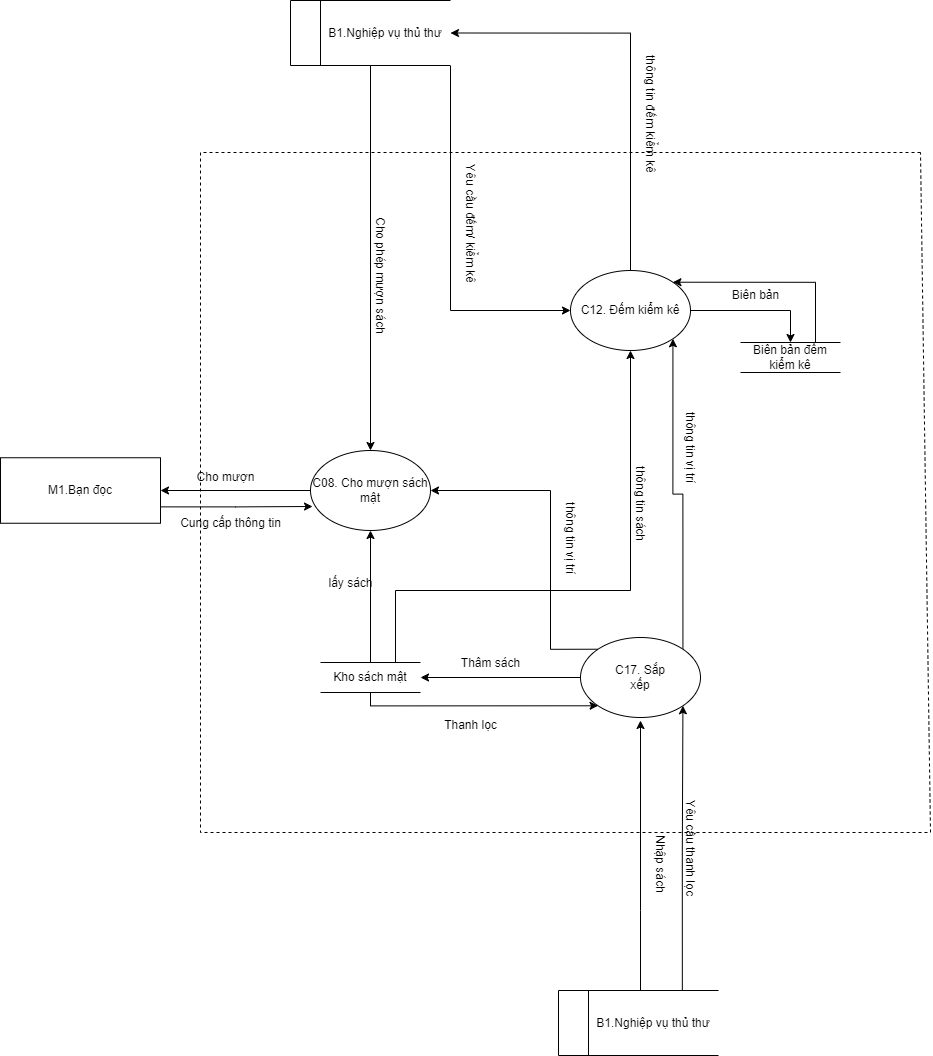
Above: bài tap lớn/DFD-DFD_2_Khomat.drawio.png in vqh17062001/PTTKHT (draw.io), before the change. Source tidied: cells renumbered, new cells last; positions are measured from the earlier drawing's top-left corner, leaving out a move shared by most shapes. Its diagram source:
```xml
<mxGraphModel>
  <root>
    <mxCell id="0" />
    <mxCell id="1" parent="0" />
    <mxCell id="2" style="endArrow=none;dashed=1;html=1;rounded=0;" parent="1" edge="1">
      <mxGeometry relative="1" as="geometry">
        <mxPoint x="920" y="152" as="sourcePoint" />
        <mxPoint x="920" y="152" as="targetPoint" />
        <Array as="points">
          <mxPoint x="200" y="152" />
          <mxPoint x="200" y="832" />
          <mxPoint x="930" y="832" />
        </Array>
      </mxGeometry>
    </mxCell>
    <mxCell id="3" style="edgeStyle=orthogonalEdgeStyle;rounded=0;jettySize=auto;html=1;entryX=1;entryY=0.5;entryDx=0;entryDy=0;" parent="1" edge="1" source="4" target="21">
      <mxGeometry relative="1" as="geometry" />
    </mxCell>
    <mxCell id="4" value="C08. Cho mượn sách mật" style="ellipse;whiteSpace=wrap;html=1;" parent="1" vertex="1">
      <mxGeometry x="310" y="450" width="120" height="80" as="geometry" />
    </mxCell>
    <mxCell id="5" style="edgeStyle=orthogonalEdgeStyle;rounded=0;jettySize=auto;html=1;entryX=1;entryY=0.5;entryDx=0;entryDy=0;" parent="1" edge="1" source="8" target="15">
      <mxGeometry relative="1" as="geometry" />
    </mxCell>
    <mxCell id="6" style="edgeStyle=orthogonalEdgeStyle;rounded=0;jettySize=auto;html=1;exitX=1;exitY=0;exitDx=0;exitDy=0;entryX=1;entryY=1;entryDx=0;entryDy=0;" parent="1" edge="1" source="8" target="11">
      <mxGeometry relative="1" as="geometry" />
    </mxCell>
    <mxCell id="7" style="edgeStyle=orthogonalEdgeStyle;rounded=0;jettySize=auto;html=1;exitX=0;exitY=0;exitDx=0;exitDy=0;entryX=1;entryY=0.5;entryDx=0;entryDy=0;" parent="1" edge="1" source="8" target="4">
      <mxGeometry relative="1" as="geometry">
        <Array as="points">
          <mxPoint x="550" y="649" />
          <mxPoint x="550" y="490" />
        </Array>
      </mxGeometry>
    </mxCell>
    <mxCell id="8" value="C17. Sắp&lt;br&gt;xếp" style="ellipse;whiteSpace=wrap;html=1;" parent="1" vertex="1">
      <mxGeometry x="580" y="637" width="120" height="80" as="geometry" />
    </mxCell>
    <mxCell id="9" style="edgeStyle=orthogonalEdgeStyle;rounded=0;jettySize=auto;html=1;exitX=1;exitY=0.5;exitDx=0;exitDy=0;entryX=0.5;entryY=0;entryDx=0;entryDy=0;" parent="1" edge="1" source="11" target="17">
      <mxGeometry relative="1" as="geometry" />
    </mxCell>
    <mxCell id="10" style="edgeStyle=orthogonalEdgeStyle;rounded=0;jettySize=auto;html=1;entryX=1;entryY=0.5;entryDx=0;entryDy=0;" parent="1" edge="1" source="11" target="20">
      <mxGeometry relative="1" as="geometry">
        <Array as="points">
          <mxPoint x="630" y="33" />
        </Array>
      </mxGeometry>
    </mxCell>
    <mxCell id="11" value="C12. Đếm kiểm kê" style="ellipse;whiteSpace=wrap;html=1;" parent="1" vertex="1">
      <mxGeometry x="570" y="270" width="120" height="80" as="geometry" />
    </mxCell>
    <mxCell id="12" style="edgeStyle=orthogonalEdgeStyle;rounded=0;jettySize=auto;html=1;entryX=0.5;entryY=1;entryDx=0;entryDy=0;" parent="1" edge="1" source="15" target="4">
      <mxGeometry relative="1" as="geometry" />
    </mxCell>
    <mxCell id="13" style="edgeStyle=orthogonalEdgeStyle;rounded=0;jettySize=auto;html=1;exitX=0.75;exitY=0;exitDx=0;exitDy=0;entryX=0.5;entryY=1;entryDx=0;entryDy=0;" parent="1" edge="1" source="15" target="11">
      <mxGeometry relative="1" as="geometry">
        <Array as="points">
          <mxPoint x="395" y="590" />
          <mxPoint x="630" y="590" />
        </Array>
      </mxGeometry>
    </mxCell>
    <mxCell id="14" style="edgeStyle=orthogonalEdgeStyle;rounded=0;jettySize=auto;html=1;entryX=0;entryY=1;entryDx=0;entryDy=0;" parent="1" edge="1" source="15" target="8">
      <mxGeometry relative="1" as="geometry">
        <Array as="points">
          <mxPoint x="370" y="705" />
        </Array>
      </mxGeometry>
    </mxCell>
    <mxCell id="15" value="Kho sách mật" style="html=1;dashed=0;whiteSpace=wrap;shape=partialRectangle;right=0;left=0;" parent="1" vertex="1">
      <mxGeometry x="320" y="662" width="100" height="30" as="geometry" />
    </mxCell>
    <mxCell id="16" style="edgeStyle=orthogonalEdgeStyle;rounded=0;jettySize=auto;html=1;exitX=0.75;exitY=0;exitDx=0;exitDy=0;entryX=1;entryY=0;entryDx=0;entryDy=0;" parent="1" edge="1" source="17" target="11">
      <mxGeometry relative="1" as="geometry" />
    </mxCell>
    <mxCell id="17" value="Biên bản đếm kiểm kê" style="html=1;dashed=0;whiteSpace=wrap;shape=partialRectangle;right=0;left=0;" parent="1" vertex="1">
      <mxGeometry x="740" y="342" width="100" height="30" as="geometry" />
    </mxCell>
    <mxCell id="18" style="edgeStyle=orthogonalEdgeStyle;rounded=0;jettySize=auto;html=1;entryX=0.5;entryY=0;entryDx=0;entryDy=0;" parent="1" edge="1" source="20" target="4">
      <mxGeometry relative="1" as="geometry" />
    </mxCell>
    <mxCell id="19" style="edgeStyle=orthogonalEdgeStyle;rounded=0;jettySize=auto;html=1;exitX=1;exitY=1;exitDx=0;exitDy=0;entryX=0;entryY=0.5;entryDx=0;entryDy=0;" parent="1" edge="1" source="20" target="11">
      <mxGeometry relative="1" as="geometry" />
    </mxCell>
    <mxCell id="20" value="&amp;nbsp; &amp;nbsp; &amp;nbsp; &amp;nbsp; &amp;nbsp;&amp;nbsp;B1.&lt;span style=&quot;text-align: center;&quot;&gt;Nghiệp&amp;nbsp;&lt;/span&gt;&lt;span style=&quot;text-align: center;&quot;&gt;vụ thủ thư&lt;/span&gt;" style="html=1;dashed=0;whiteSpace=wrap;shape=mxgraph.dfd.dataStoreID;align=left;spacingLeft=3;points=[[0,0],[0.5,0],[1,0],[0,0.5],[1,0.5],[0,1],[0.5,1],[1,1]];" parent="1" vertex="1">
      <mxGeometry x="290" width="160" height="65" as="geometry" />
    </mxCell>
    <mxCell id="21" value="M1.Bạn đọc" style="rounded=0;whiteSpace=wrap;html=1;" parent="1" vertex="1">
      <mxGeometry y="457.2" width="160" height="65.5" as="geometry" />
    </mxCell>
    <mxCell id="22" style="edgeStyle=orthogonalEdgeStyle;rounded=0;jettySize=auto;html=1;" parent="1" edge="1" source="24">
      <mxGeometry relative="1" as="geometry">
        <mxPoint x="640" y="720" as="targetPoint" />
        <Array as="points">
          <mxPoint x="640" y="910" />
          <mxPoint x="640" y="910" />
        </Array>
      </mxGeometry>
    </mxCell>
    <mxCell id="23" style="edgeStyle=orthogonalEdgeStyle;rounded=0;jettySize=auto;html=1;exitX=0.774;exitY=0.022;exitDx=0;exitDy=0;entryX=1;entryY=1;entryDx=0;entryDy=0;exitPerimeter=0;" parent="1" edge="1" source="24" target="8">
      <mxGeometry relative="1" as="geometry" />
    </mxCell>
    <mxCell id="24" value="&amp;nbsp; &amp;nbsp; &amp;nbsp; &amp;nbsp; &amp;nbsp;&amp;nbsp;B1.&lt;span style=&quot;text-align: center;&quot;&gt;Nghiệp&amp;nbsp;&lt;/span&gt;&lt;span style=&quot;text-align: center;&quot;&gt;vụ thủ thư&lt;/span&gt;" style="html=1;dashed=0;whiteSpace=wrap;shape=mxgraph.dfd.dataStoreID;align=left;spacingLeft=3;points=[[0,0],[0.5,0],[1,0],[0,0.5],[1,0.5],[0,1],[0.5,1],[1,1]];" parent="1" vertex="1">
      <mxGeometry x="558" y="990" width="160" height="65" as="geometry" />
    </mxCell>
    <mxCell id="25" value="&amp;nbsp;Cho phép mượn sách" style="text;html=1;align=center;verticalAlign=middle;strokeColor=none;fillColor=none;rotation=90;" parent="1" vertex="1">
      <mxGeometry x="310" y="258" width="140" height="30" as="geometry" />
    </mxCell>
    <mxCell id="26" value="Cho mượn" style="text;html=1;align=center;verticalAlign=middle;strokeColor=none;fillColor=none;" parent="1" vertex="1">
      <mxGeometry x="185" y="462" width="80" height="30" as="geometry" />
    </mxCell>
    <mxCell id="27" value="lấy sách" style="text;html=1;align=center;verticalAlign=middle;strokeColor=none;fillColor=none;" parent="1" vertex="1">
      <mxGeometry x="315" y="568" width="70" height="30" as="geometry" />
    </mxCell>
    <mxCell id="28" value="thông tin sách" style="text;html=1;align=center;verticalAlign=middle;strokeColor=none;fillColor=none;rotation=90;" parent="1" vertex="1">
      <mxGeometry x="590" y="488" width="100" height="30" as="geometry" />
    </mxCell>
    <mxCell id="29" value="Yêu cầu đếm/ kiểm kê" style="text;html=1;align=center;verticalAlign=middle;strokeColor=none;fillColor=none;rotation=90;" parent="1" vertex="1">
      <mxGeometry x="400" y="208" width="140" height="30" as="geometry" />
    </mxCell>
    <mxCell id="30" value="Biên bản" style="text;html=1;align=center;verticalAlign=middle;strokeColor=none;fillColor=none;" parent="1" vertex="1">
      <mxGeometry x="720" y="280" width="70" height="30" as="geometry" />
    </mxCell>
    <mxCell id="31" value="Nhập sách" style="text;html=1;align=center;verticalAlign=middle;strokeColor=none;fillColor=none;rotation=90;" parent="1" vertex="1">
      <mxGeometry x="620" y="848" width="80" height="30" as="geometry" />
    </mxCell>
    <mxCell id="32" value="Thâm sách" style="text;html=1;align=center;verticalAlign=middle;strokeColor=none;fillColor=none;" parent="1" vertex="1">
      <mxGeometry x="450" y="648" width="80" height="30" as="geometry" />
    </mxCell>
    <mxCell id="33" value="Thanh lọc" style="text;html=1;align=center;verticalAlign=middle;strokeColor=none;fillColor=none;" parent="1" vertex="1">
      <mxGeometry x="430" y="710" width="80" height="30" as="geometry" />
    </mxCell>
    <mxCell id="34" value="Yêu cầu thanh lọc" style="text;html=1;align=center;verticalAlign=middle;strokeColor=none;fillColor=none;rotation=90;" parent="1" vertex="1">
      <mxGeometry x="630" y="832" width="120" height="30" as="geometry" />
    </mxCell>
    <mxCell id="35" value="thông tin đếm kiểm kê" style="text;html=1;align=center;verticalAlign=middle;strokeColor=none;fillColor=none;rotation=90;" parent="1" vertex="1">
      <mxGeometry x="580" y="98" width="140" height="30" as="geometry" />
    </mxCell>
    <mxCell id="36" style="edgeStyle=orthogonalEdgeStyle;rounded=0;jettySize=auto;html=1;exitX=1;exitY=0.75;exitDx=0;exitDy=0;entryX=0.017;entryY=0.7;entryDx=0;entryDy=0;entryPerimeter=0;" parent="1" edge="1" source="21" target="4">
      <mxGeometry relative="1" as="geometry" />
    </mxCell>
    <mxCell id="37" value="Cung cấp thông tin" style="text;html=1;align=center;verticalAlign=middle;strokeColor=none;fillColor=none;" parent="1" vertex="1">
      <mxGeometry x="170" y="508" width="120" height="30" as="geometry" />
    </mxCell>
    <mxCell id="38" value="thông tin vị trí" style="text;html=1;align=center;verticalAlign=middle;strokeColor=none;fillColor=none;rotation=90;" parent="1" vertex="1">
      <mxGeometry x="640" y="432" width="100" height="30" as="geometry" />
    </mxCell>
    <mxCell id="39" value="thông tin vị trí" style="text;html=1;align=center;verticalAlign=middle;strokeColor=none;fillColor=none;rotation=90;" parent="1" vertex="1">
      <mxGeometry x="520" y="522.8" width="100" height="30" as="geometry" />
    </mxCell>
  </root>
</mxGraphModel>
```
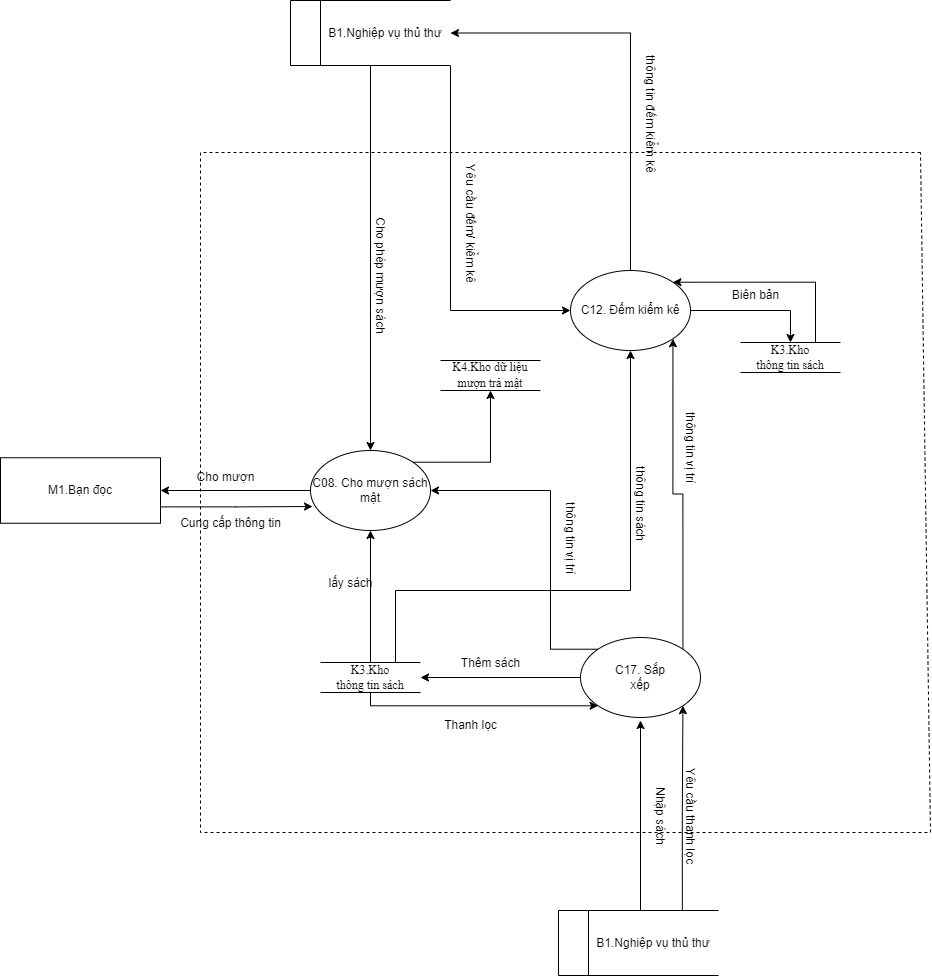
Above is the later version.

Diff of the diagram source:
```diff
@@ -16,6 +16,9 @@
     <mxCell id="3" style="edgeStyle=orthogonalEdgeStyle;rounded=0;jettySize=auto;html=1;entryX=1;entryY=0.5;entryDx=0;entryDy=0;" parent="1" edge="1" source="4" target="21">
       <mxGeometry relative="1" as="geometry" />
     </mxCell>
+    <mxCell id="40" style="edgeStyle=orthogonalEdgeStyle;rounded=0;jettySize=auto;html=1;exitX=1;exitY=0;exitDx=0;exitDy=0;" parent="1" edge="1" source="4" target="41">
+      <mxGeometry relative="1" as="geometry" />
+    </mxCell>
     <mxCell id="4" value="C08. Cho mượn sách mật" style="ellipse;whiteSpace=wrap;html=1;" parent="1" vertex="1">
       <mxGeometry x="310" y="450" width="120" height="80" as="geometry" />
     </mxCell>
@@ -67,13 +70,13 @@
         </Array>
       </mxGeometry>
     </mxCell>
-    <mxCell id="15" value="Kho sách mật" style="html=1;dashed=0;whiteSpace=wrap;shape=partialRectangle;right=0;left=0;" parent="1" vertex="1">
+    <mxCell id="15" value="&lt;span style=&quot;font-family: &amp;quot;Times New Roman&amp;quot;, serif;&quot;&gt;K3.Kho&lt;/span&gt;&lt;br style=&quot;font-family: &amp;quot;Times New Roman&amp;quot;, serif;&quot;&gt;&lt;span style=&quot;font-family: &amp;quot;Times New Roman&amp;quot;, serif;&quot;&gt;thông tin sách&lt;/span&gt;" style="html=1;dashed=0;whiteSpace=wrap;shape=partialRectangle;right=0;left=0;" parent="1" vertex="1">
       <mxGeometry x="320" y="662" width="100" height="30" as="geometry" />
     </mxCell>
     <mxCell id="16" style="edgeStyle=orthogonalEdgeStyle;rounded=0;jettySize=auto;html=1;exitX=0.75;exitY=0;exitDx=0;exitDy=0;entryX=1;entryY=0;entryDx=0;entryDy=0;" parent="1" edge="1" source="17" target="11">
       <mxGeometry relative="1" as="geometry" />
     </mxCell>
-    <mxCell id="17" value="Biên bản đếm kiểm kê" style="html=1;dashed=0;whiteSpace=wrap;shape=partialRectangle;right=0;left=0;" parent="1" vertex="1">
+    <mxCell id="17" value="&lt;span style=&quot;font-family: &amp;quot;Times New Roman&amp;quot;, serif;&quot;&gt;K3.Kho&lt;/span&gt;&lt;br style=&quot;font-family: &amp;quot;Times New Roman&amp;quot;, serif;&quot;&gt;&lt;span style=&quot;font-family: &amp;quot;Times New Roman&amp;quot;, serif;&quot;&gt;thông tin sách&lt;/span&gt;" style="html=1;dashed=0;whiteSpace=wrap;shape=partialRectangle;right=0;left=0;" parent="1" vertex="1">
       <mxGeometry x="740" y="342" width="100" height="30" as="geometry" />
     </mxCell>
     <mxCell id="18" style="edgeStyle=orthogonalEdgeStyle;rounded=0;jettySize=auto;html=1;entryX=0.5;entryY=0;entryDx=0;entryDy=0;" parent="1" edge="1" source="20" target="4">
@@ -101,7 +104,7 @@
       <mxGeometry relative="1" as="geometry" />
     </mxCell>
     <mxCell id="24" value="&amp;nbsp; &amp;nbsp; &amp;nbsp; &amp;nbsp; &amp;nbsp;&amp;nbsp;B1.&lt;span style=&quot;text-align: center;&quot;&gt;Nghiệp&amp;nbsp;&lt;/span&gt;&lt;span style=&quot;text-align: center;&quot;&gt;vụ thủ thư&lt;/span&gt;" style="html=1;dashed=0;whiteSpace=wrap;shape=mxgraph.dfd.dataStoreID;align=left;spacingLeft=3;points=[[0,0],[0.5,0],[1,0],[0,0.5],[1,0.5],[0,1],[0.5,1],[1,1]];" parent="1" vertex="1">
-      <mxGeometry x="558" y="990" width="160" height="65" as="geometry" />
+      <mxGeometry x="558" y="910" width="160" height="65" as="geometry" />
     </mxCell>
     <mxCell id="25" value="&amp;nbsp;Cho phép mượn sách" style="text;html=1;align=center;verticalAlign=middle;strokeColor=none;fillColor=none;rotation=90;" parent="1" vertex="1">
       <mxGeometry x="310" y="258" width="140" height="30" as="geometry" />
@@ -122,16 +125,16 @@
       <mxGeometry x="720" y="280" width="70" height="30" as="geometry" />
     </mxCell>
     <mxCell id="31" value="Nhập sách" style="text;html=1;align=center;verticalAlign=middle;strokeColor=none;fillColor=none;rotation=90;" parent="1" vertex="1">
-      <mxGeometry x="620" y="848" width="80" height="30" as="geometry" />
+      <mxGeometry x="620" y="800" width="80" height="30" as="geometry" />
     </mxCell>
-    <mxCell id="32" value="Thâm sách" style="text;html=1;align=center;verticalAlign=middle;strokeColor=none;fillColor=none;" parent="1" vertex="1">
+    <mxCell id="32" value="Thêm sách" style="text;html=1;align=center;verticalAlign=middle;strokeColor=none;fillColor=none;" parent="1" vertex="1">
       <mxGeometry x="450" y="648" width="80" height="30" as="geometry" />
     </mxCell>
     <mxCell id="33" value="Thanh lọc" style="text;html=1;align=center;verticalAlign=middle;strokeColor=none;fillColor=none;" parent="1" vertex="1">
       <mxGeometry x="430" y="710" width="80" height="30" as="geometry" />
     </mxCell>
     <mxCell id="34" value="Yêu cầu thanh lọc" style="text;html=1;align=center;verticalAlign=middle;strokeColor=none;fillColor=none;rotation=90;" parent="1" vertex="1">
-      <mxGeometry x="630" y="832" width="120" height="30" as="geometry" />
+      <mxGeometry x="630" y="800" width="120" height="30" as="geometry" />
     </mxCell>
     <mxCell id="35" value="thông tin đếm kiểm kê" style="text;html=1;align=center;verticalAlign=middle;strokeColor=none;fillColor=none;rotation=90;" parent="1" vertex="1">
       <mxGeometry x="580" y="98" width="140" height="30" as="geometry" />
@@ -148,5 +151,8 @@
     <mxCell id="39" value="thông tin vị trí" style="text;html=1;align=center;verticalAlign=middle;strokeColor=none;fillColor=none;rotation=90;" parent="1" vertex="1">
       <mxGeometry x="520" y="522.8" width="100" height="30" as="geometry" />
     </mxCell>
+    <mxCell id="41" value="&lt;span style=&quot;line-height: 130%; font-family: &amp;quot;Times New Roman&amp;quot;, serif;&quot; lang=&quot;VI&quot;&gt;&lt;font style=&quot;font-size: 12px;&quot;&gt;K4.Kho dữ liệu mượn trả mật&lt;/font&gt;&lt;/span&gt;" style="html=1;dashed=0;whiteSpace=wrap;shape=partialRectangle;right=0;left=0;" parent="1" vertex="1">
+      <mxGeometry x="440" y="360" width="100" height="30" as="geometry" />
+    </mxCell>
   </root>
 </mxGraphModel>
```
